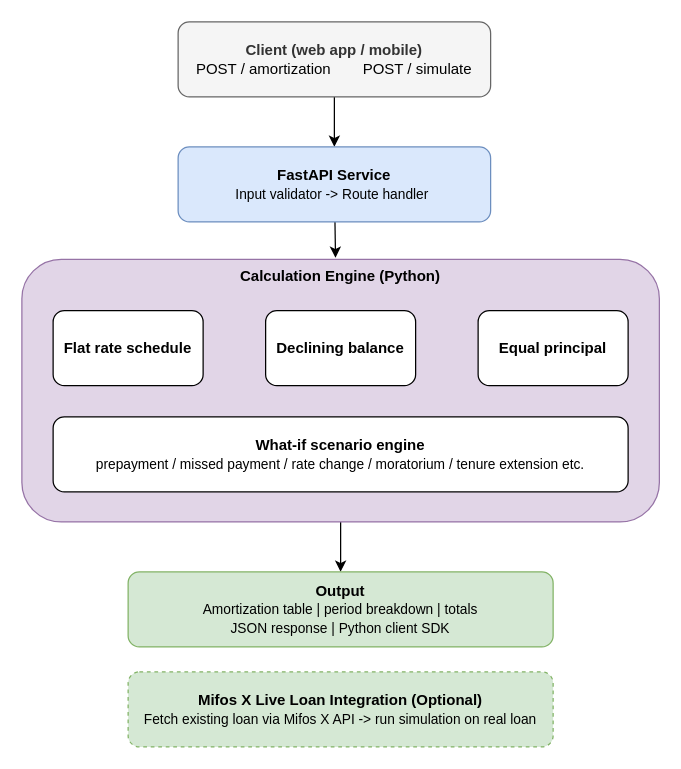
This is Loan Simulator/Loan Amortization and What-if Scenarios.drawio from Niuniu-Li-229/2026-GSoC-Mifos, a draw.io file, before an edit. Source tidied: cells renumbered, new cells numbered last; positions are measured from the earlier drawing's top-left corner, leaving out a move shared by most shapes. Both pictures are drawn from the tidied source at 125%, with x=0, y=0 at pixel (21, 21).
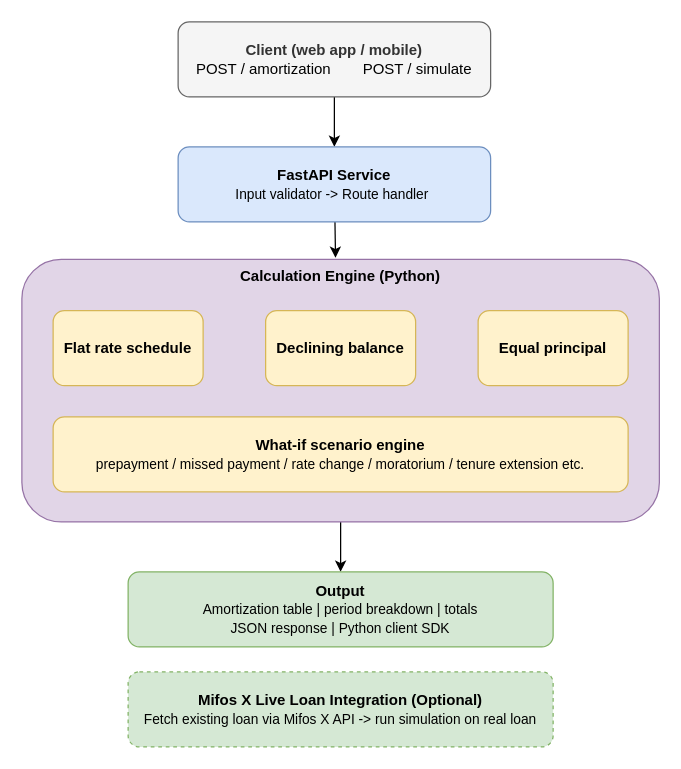
The same page after the edit.

Change to the diagram source:
```diff
@@
 <mxGraphModel>
   <root>
     <mxCell id="0" />
     <mxCell id="1" parent="0" />
     <mxCell id="2" style="edgeStyle=orthogonalEdgeStyle;rounded=0;jettySize=auto;html=1;" parent="1" edge="1" source="3" target="12">
       <mxGeometry relative="1" as="geometry" />
     </mxCell>
     <mxCell id="3" value="&lt;b&gt;Calculation Engine (Python)&lt;/b&gt;" style="rounded=1;whiteSpace=wrap;html=1;fillColor=#e1d5e7;strokeColor=#9673a6;verticalAlign=top;" parent="1" vertex="1">
       <mxGeometry y="190" width="510" height="210" as="geometry" />
     </mxCell>
     <mxCell id="4" style="edgeStyle=orthogonalEdgeStyle;rounded=0;jettySize=auto;html=1;" parent="1" edge="1" source="5" target="7">
       <mxGeometry relative="1" as="geometry" />
     </mxCell>
     <mxCell id="5" value="&lt;b&gt;Client (web app / mobile)&lt;/b&gt;&lt;div&gt;&lt;font style=&quot;color: light-dark(rgb(0, 0, 0), rgb(102, 102, 102));&quot;&gt;POST / amortization&lt;span style=&quot;white-space: pre;&quot;&gt;&#9;&lt;/span&gt;POST / simulate&lt;/font&gt;&lt;/div&gt;" style="rounded=1;whiteSpace=wrap;html=1;fillColor=#f5f5f5;fontColor=#333333;strokeColor=#666666;" parent="1" vertex="1">
       <mxGeometry x="125" width="250" height="60" as="geometry" />
     </mxCell>
     <mxCell id="6" style="rounded=0;jettySize=auto;html=1;entryX=0.492;entryY=-0.006;entryDx=0;entryDy=0;entryPerimeter=0;" parent="1" edge="1" source="7" target="3">
       <mxGeometry relative="1" as="geometry" />
     </mxCell>
     <mxCell id="7" value="&lt;b&gt;FastAPI Service&lt;/b&gt;&lt;div&gt;&lt;font style=&quot;font-size: 11px; color: light-dark(rgb(0, 0, 0), rgb(102, 102, 102));&quot;&gt;Input validator -&amp;gt; Route handler&amp;nbsp;&lt;/font&gt;&lt;/div&gt;" style="whiteSpace=wrap;html=1;fillColor=#dae8fc;strokeColor=#6c8ebf;rounded=1;" parent="1" vertex="1">
       <mxGeometry x="125" y="100" width="250" height="60" as="geometry" />
     </mxCell>
-    <mxCell id="8" value="&lt;b&gt;Flat rate schedule&lt;/b&gt;" style="rounded=1;whiteSpace=wrap;html=1;" parent="1" vertex="1">
+    <mxCell id="8" value="&lt;b&gt;Flat rate schedule&lt;/b&gt;" style="rounded=1;whiteSpace=wrap;html=1;fillColor=#fff2cc;strokeColor=#d6b656;" parent="1" vertex="1">
       <mxGeometry x="25" y="231" width="120" height="60" as="geometry" />
     </mxCell>
-    <mxCell id="9" value="&lt;b&gt;Declining balance&lt;/b&gt;" style="rounded=1;whiteSpace=wrap;html=1;" parent="1" vertex="1">
+    <mxCell id="9" value="&lt;b&gt;Declining balance&lt;/b&gt;" style="rounded=1;whiteSpace=wrap;html=1;fillColor=#fff2cc;strokeColor=#d6b656;" parent="1" vertex="1">
       <mxGeometry x="195" y="231" width="120" height="60" as="geometry" />
     </mxCell>
-    <mxCell id="10" value="&lt;b&gt;Equal principal&lt;/b&gt;" style="rounded=1;whiteSpace=wrap;html=1;" parent="1" vertex="1">
+    <mxCell id="10" value="&lt;b&gt;Equal principal&lt;/b&gt;" style="rounded=1;whiteSpace=wrap;html=1;fillColor=#fff2cc;strokeColor=#d6b656;" parent="1" vertex="1">
       <mxGeometry x="365" y="231" width="120" height="60" as="geometry" />
     </mxCell>
-    <mxCell id="11" value="&lt;b&gt;What-if scenario engine&lt;/b&gt;&lt;div&gt;&lt;font style=&quot;font-size: 11px; color: light-dark(rgb(0, 0, 0), rgb(102, 102, 102));&quot;&gt;prepayment / missed payment / rate change / moratorium / tenure extension etc.&lt;/font&gt;&lt;/div&gt;" style="rounded=1;whiteSpace=wrap;html=1;" parent="1" vertex="1">
+    <mxCell id="11" value="&lt;b&gt;What-if scenario engine&lt;/b&gt;&lt;div&gt;&lt;font style=&quot;font-size: 11px; color: light-dark(rgb(0, 0, 0), rgb(102, 102, 102));&quot;&gt;prepayment / missed payment / rate change / moratorium / tenure extension etc.&lt;/font&gt;&lt;/div&gt;" style="rounded=1;whiteSpace=wrap;html=1;fillColor=#fff2cc;strokeColor=#d6b656;" parent="1" vertex="1">
       <mxGeometry x="25" y="316" width="460" height="60" as="geometry" />
     </mxCell>
     <mxCell id="12" value="&lt;b&gt;Output&lt;/b&gt;&lt;div&gt;&lt;font style=&quot;font-size: 11px; color: light-dark(rgb(0, 0, 0), rgb(102, 102, 102));&quot;&gt;Amortization table | period breakdown | totals&lt;/font&gt;&lt;/div&gt;&lt;div&gt;&lt;font style=&quot;font-size: 11px; color: light-dark(rgb(0, 0, 0), rgb(102, 102, 102));&quot;&gt;JSON response | Python client SDK&lt;/font&gt;&lt;/div&gt;" style="whiteSpace=wrap;html=1;verticalAlign=middle;fillColor=#d5e8d4;strokeColor=#82b366;rounded=1;align=center;" parent="1" vertex="1">
       <mxGeometry x="85" y="440" width="340" height="60" as="geometry" />
     </mxCell>
     <mxCell id="13" value="&lt;b&gt;Mifos X Live Loan Integration (Optional)&lt;/b&gt;&lt;div&gt;&lt;font style=&quot;font-size: 11px; color: light-dark(rgb(0, 0, 0), rgb(102, 102, 102));&quot;&gt;Fetch existing loan via Mifos X API -&amp;gt; run simulation on real loan&lt;/font&gt;&lt;/div&gt;" style="whiteSpace=wrap;html=1;verticalAlign=middle;fillColor=#d5e8d4;strokeColor=#82b366;rounded=1;align=center;dashed=1;" parent="1" vertex="1">
       <mxGeometry x="85" y="520" width="340" height="60" as="geometry" />
     </mxCell>
   </root>
 </mxGraphModel>
```
